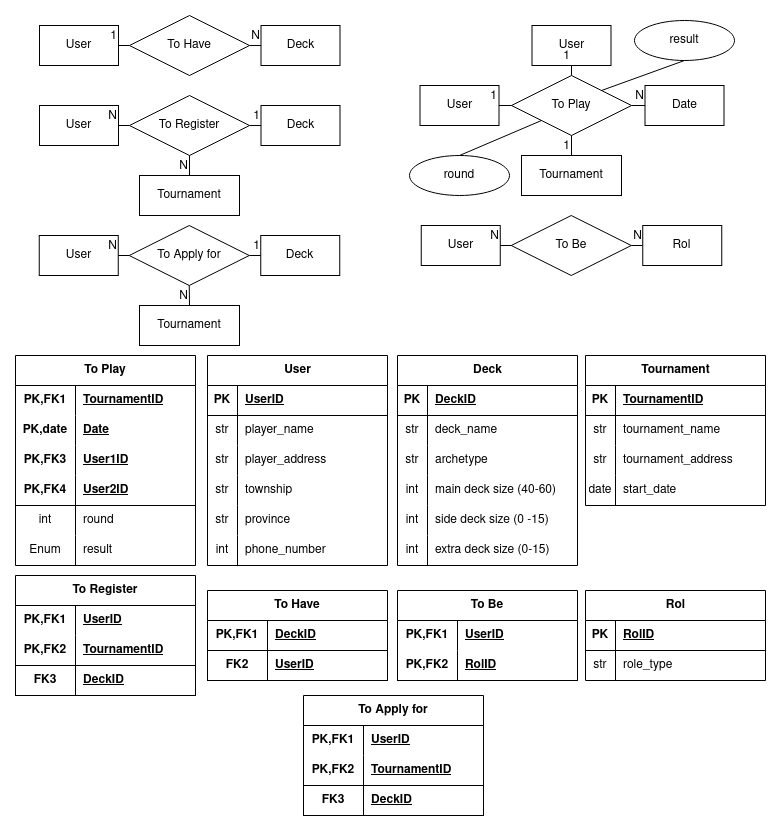
chavely15k/yu_gi_oh keeps this draw.io diagram as database_design/design_with_roles.png. Above is the earlier version. Source tidied: cells renumbered, new cells last; positions are measured from the earlier drawing's top-left corner, leaving out a move shared by most shapes.
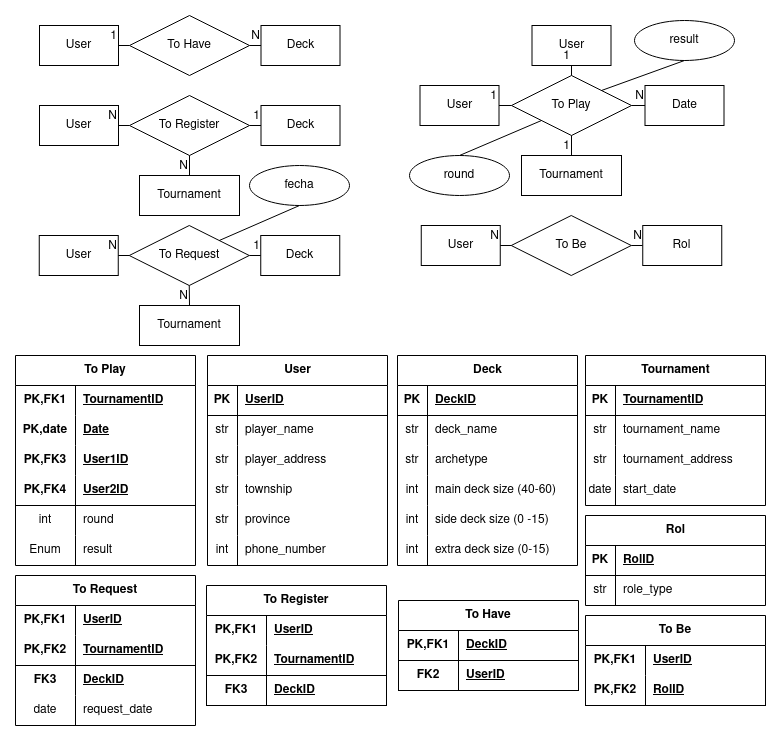
Above is the later version.

Commit message:
design_with_roles

Change to the diagram source:
```diff
@@ -317,7 +317,7 @@
       <mxGeometry x="1" relative="1" as="geometry" />
     </mxCell>
     <mxCell id="105" value="To Have" style="shape=table;startSize=30;rowLines=0;fontStyle=1;align=center;html=1;whiteSpace=wrap;" parent="1" vertex="1">
-      <mxGeometry x="192" y="575" width="180" height="90" as="geometry" />
+      <mxGeometry x="383" y="585" width="180" height="90" as="geometry" />
     </mxCell>
     <mxCell id="106" style="shape=tableRow;horizontal=0;startSize=0;swimlaneHead=0;swimlaneBody=0;fillColor=none;top=0;left=0;right=0;bottom=1;html=1;" parent="105" vertex="1">
       <mxGeometry y="30" width="180" height="30" as="geometry" />
@@ -338,7 +338,7 @@
       <mxGeometry x="60" width="120" height="30" as="geometry" />
     </mxCell>
     <mxCell id="112" value="To Register" style="shape=table;startSize=30;rowLines=0;fontStyle=1;align=center;html=1;whiteSpace=wrap;" parent="1" vertex="1">
-      <mxGeometry y="560" width="180" height="120" as="geometry" />
+      <mxGeometry x="191" y="570" width="180" height="120" as="geometry" />
     </mxCell>
     <mxCell id="113" style="shape=tableRow;horizontal=0;startSize=0;swimlaneHead=0;swimlaneBody=0;fillColor=none;top=0;left=0;right=0;bottom=0;html=1;" parent="112" vertex="1">
       <mxGeometry y="30" width="180" height="30" as="geometry" />
@@ -386,7 +386,7 @@
       <mxGeometry x="629.5" y="70" width="79" height="40" as="geometry" />
     </mxCell>
     <mxCell id="128" value="Rol" style="shape=table;startSize=30;rowLines=0;fontStyle=1;align=center;html=1;" parent="1" vertex="1">
-      <mxGeometry x="570" y="575" width="180" height="90" as="geometry" />
+      <mxGeometry x="570" y="500" width="180" height="90" as="geometry" />
     </mxCell>
     <mxCell id="129" style="shape=tableRow;horizontal=0;startSize=0;swimlaneHead=0;swimlaneBody=0;fillColor=none;top=0;left=0;right=0;bottom=1;" parent="128" vertex="1">
       <mxGeometry y="30" width="180" height="30" as="geometry" />
@@ -407,7 +407,7 @@
       <mxGeometry x="30" width="150" height="30" as="geometry" />
     </mxCell>
     <mxCell id="135" value="To Be" style="shape=table;startSize=30;rowLines=0;fontStyle=1;align=center;html=1;whiteSpace=wrap;" parent="1" vertex="1">
-      <mxGeometry x="382" y="575" width="180" height="90" as="geometry" />
+      <mxGeometry x="570" y="600" width="180" height="90" as="geometry" />
     </mxCell>
     <mxCell id="136" style="shape=tableRow;horizontal=0;startSize=0;swimlaneHead=0;swimlaneBody=0;fillColor=none;top=0;left=0;right=0;bottom=0;html=1;" parent="135" vertex="1">
       <mxGeometry y="30" width="180" height="30" as="geometry" />
@@ -457,7 +457,7 @@
     <mxCell id="151" value="User" style="whiteSpace=wrap;html=1;align=center;" parent="1" vertex="1">
       <mxGeometry x="23.8" y="220" width="79" height="40" as="geometry" />
     </mxCell>
-    <mxCell id="152" value="To Apply for" style="shape=rhombus;perimeter=rhombusPerimeter;whiteSpace=wrap;html=1;align=center;rounded=0;" parent="1" vertex="1">
+    <mxCell id="152" value="To Request" style="shape=rhombus;perimeter=rhombusPerimeter;whiteSpace=wrap;html=1;align=center;rounded=0;" parent="1" vertex="1">
       <mxGeometry x="113.8" y="210" width="120" height="60" as="geometry" />
     </mxCell>
     <mxCell id="153" style="endArrow=none;html=1;rounded=0;entryX=1;entryY=0.5;entryDx=0;entryDy=0;exitX=0;exitY=0.5;exitDx=0;exitDy=0;" parent="1" edge="1" source="152" target="151">
@@ -484,10 +484,16 @@
     <mxCell id="160" value="1" style="html=1;whiteSpace=wrap;align=right;verticalAlign=bottom;" parent="159" vertex="1">
       <mxGeometry x="1" relative="1" as="geometry" />
     </mxCell>
-    <mxCell id="161" value="To Apply for" style="shape=table;startSize=30;rowLines=0;fontStyle=1;align=center;html=1;whiteSpace=wrap;" parent="1" vertex="1">
-      <mxGeometry x="288" y="680" width="180" height="120" as="geometry" />
-    </mxCell>
+    <mxCell id="171" value="fecha" style="ellipse;whiteSpace=wrap;html=1;align=center;" parent="1" vertex="1">
+      <mxGeometry x="234" y="150" width="100" height="40" as="geometry" />
+    </mxCell>
+    <mxCell id="172" style="endArrow=none;html=1;rounded=0;exitX=0.5;exitY=1;exitDx=0;exitDy=0;entryX=1;entryY=0;entryDx=0;entryDy=0;" parent="1" edge="1" source="171" target="152">
+      <mxGeometry relative="1" as="geometry" />
+    </mxCell>
+    <mxCell id="173" value="To Request" style="shape=table;startSize=30;rowLines=0;fontStyle=1;align=center;html=1;whiteSpace=wrap;" parent="1" vertex="1">
+      <mxGeometry y="560" width="180" height="150" as="geometry" />
+    </mxCell>
-    <mxCell id="162" style="shape=tableRow;horizontal=0;startSize=0;swimlaneHead=0;swimlaneBody=0;fillColor=none;top=0;left=0;right=0;bottom=0;html=1;" parent="161" vertex="1">
+    <mxCell id="162" style="shape=tableRow;horizontal=0;startSize=0;swimlaneHead=0;swimlaneBody=0;fillColor=none;top=0;left=0;right=0;bottom=0;html=1;" parent="173" vertex="1">
       <mxGeometry y="30" width="180" height="30" as="geometry" />
     </mxCell>
     <mxCell id="163" value="PK,FK1" style="shape=partialRectangle;fillColor=none;top=0;left=0;bottom=0;right=0;fontStyle=1;overflow=hidden;html=1;whiteSpace=wrap;" parent="162" vertex="1">
@@ -496,7 +502,7 @@
     <mxCell id="164" value="UserID" style="shape=partialRectangle;fillColor=none;top=0;left=0;bottom=0;right=0;align=left;spacingLeft=6;fontStyle=5;overflow=hidden;html=1;whiteSpace=wrap;" parent="162" vertex="1">
       <mxGeometry x="60" width="120" height="30" as="geometry" />
     </mxCell>
-    <mxCell id="165" style="shape=tableRow;horizontal=0;startSize=0;swimlaneHead=0;swimlaneBody=0;fillColor=none;top=0;left=0;right=0;bottom=1;html=1;" parent="161" vertex="1">
+    <mxCell id="165" style="shape=tableRow;horizontal=0;startSize=0;swimlaneHead=0;swimlaneBody=0;fillColor=none;top=0;left=0;right=0;bottom=1;html=1;" parent="173" vertex="1">
       <mxGeometry y="60" width="180" height="30" as="geometry" />
     </mxCell>
     <mxCell id="166" value="PK,FK2" style="shape=partialRectangle;fillColor=none;top=0;left=0;bottom=0;right=0;fontStyle=1;overflow=hidden;html=1;whiteSpace=wrap;" parent="165" vertex="1">
@@ -505,14 +511,23 @@
     <mxCell id="167" value="TournamentID" style="shape=partialRectangle;fillColor=none;top=0;left=0;bottom=0;right=0;align=left;spacingLeft=6;fontStyle=5;overflow=hidden;html=1;whiteSpace=wrap;" parent="165" vertex="1">
       <mxGeometry x="60" width="120" height="30" as="geometry" />
     </mxCell>
-    <mxCell id="168" style="shape=tableRow;horizontal=0;startSize=0;swimlaneHead=0;swimlaneBody=0;fillColor=none;top=0;left=0;right=0;bottom=1;html=1;" parent="161" vertex="1">
-      <mxGeometry y="90" width="180" height="30" as="geometry" />
-    </mxCell>
+    <mxCell id="174" style="shape=tableRow;horizontal=0;startSize=0;swimlaneHead=0;swimlaneBody=0;fillColor=none;top=0;left=0;right=0;bottom=0;html=1;" parent="173" vertex="1">
+      <mxGeometry y="90" width="180" height="30" as="geometry" />
+    </mxCell>
-    <mxCell id="169" value="FK3" style="shape=partialRectangle;fillColor=none;top=0;left=0;bottom=0;right=0;fontStyle=1;overflow=hidden;html=1;whiteSpace=wrap;" parent="168" vertex="1">
+    <mxCell id="169" value="&lt;b&gt;FK3&lt;/b&gt;" style="shape=partialRectangle;fillColor=none;top=0;left=0;bottom=0;right=0;overflow=hidden;html=1;whiteSpace=wrap;" parent="174" vertex="1">
       <mxGeometry width="60" height="30" as="geometry" />
     </mxCell>
-    <mxCell id="170" value="DeckID" style="shape=partialRectangle;fillColor=none;top=0;left=0;bottom=0;right=0;align=left;spacingLeft=6;fontStyle=5;overflow=hidden;html=1;whiteSpace=wrap;" parent="168" vertex="1">
+    <mxCell id="170" value="&lt;b&gt;&lt;u&gt;DeckID&lt;/u&gt;&lt;/b&gt;" style="shape=partialRectangle;fillColor=none;top=0;left=0;bottom=0;right=0;align=left;spacingLeft=6;overflow=hidden;html=1;whiteSpace=wrap;" parent="174" vertex="1">
       <mxGeometry x="60" width="120" height="30" as="geometry" />
     </mxCell>
+    <mxCell id="175" style="shape=tableRow;horizontal=0;startSize=0;swimlaneHead=0;swimlaneBody=0;fillColor=none;top=0;left=0;right=0;bottom=0;html=1;" parent="173" vertex="1">
+      <mxGeometry y="120" width="180" height="30" as="geometry" />
+    </mxCell>
+    <mxCell id="176" value="date" style="shape=partialRectangle;fillColor=none;top=0;left=0;bottom=0;right=0;overflow=hidden;html=1;whiteSpace=wrap;" parent="175" vertex="1">
+      <mxGeometry width="60" height="30" as="geometry" />
+    </mxCell>
+    <mxCell id="177" value="request_date" style="shape=partialRectangle;fillColor=none;top=0;left=0;bottom=0;right=0;align=left;spacingLeft=6;overflow=hidden;html=1;whiteSpace=wrap;" parent="175" vertex="1">
+      <mxGeometry x="60" width="120" height="30" as="geometry" />
+    </mxCell>
   </root>
 </mxGraphModel>
```
